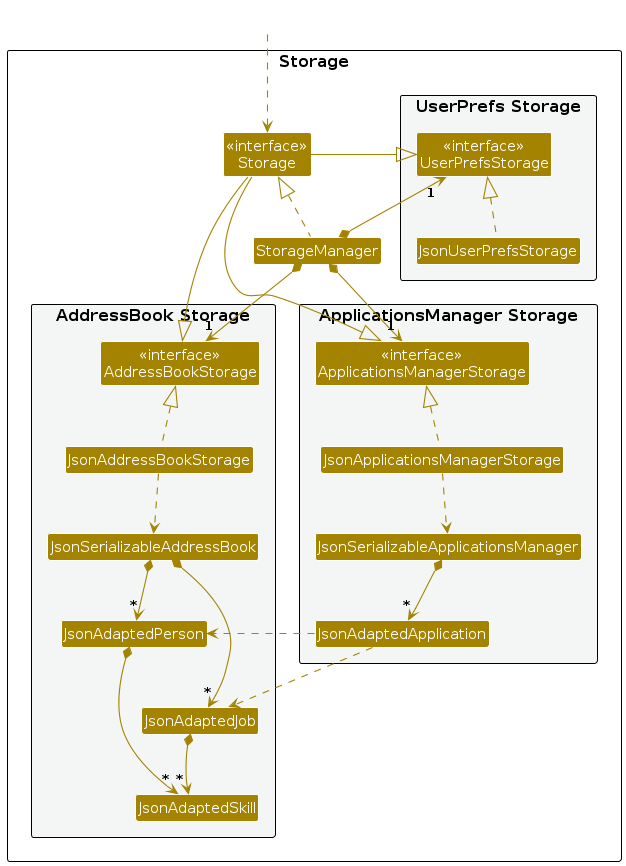
The PlantUML diagram diagrams/StorageClassDiagram.png in Mingyuan03/tp, before a commit. Its source is kept beside it as diagrams/StorageClassDiagram.puml.
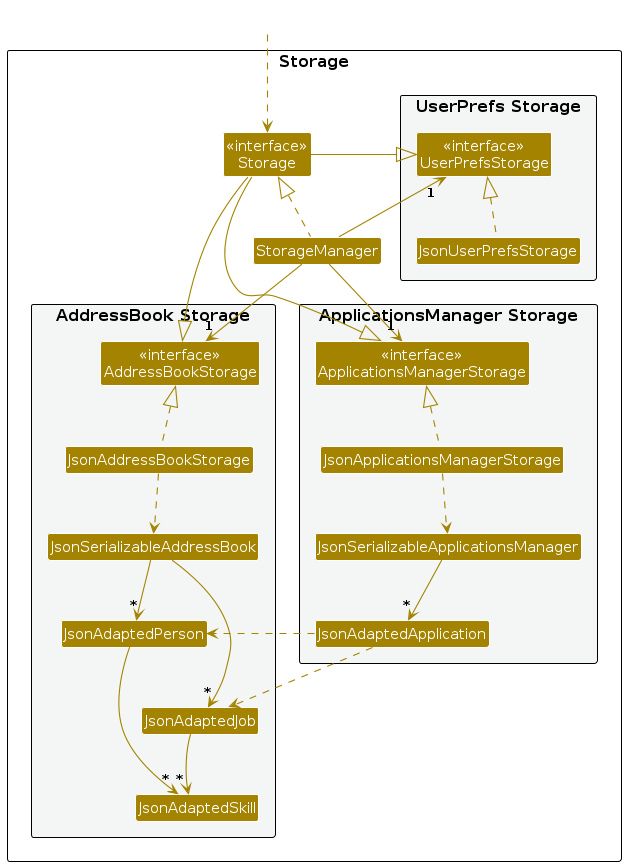
After the change.

Diff of the diagram source:
```diff
@@ -44,18 +44,18 @@
 JsonAddressBookStorage .up.|> AddressBookStorage
 JsonApplicationsManagerStorage .up.|> ApplicationsManagerStorage
 
-StorageManager *--> "1" UserPrefsStorage
-StorageManager *--> "1" AddressBookStorage
-StorageManager *--> "1" ApplicationsManagerStorage
+StorageManager --> "1" UserPrefsStorage
+StorageManager --> "1" AddressBookStorage
+StorageManager --> "1" ApplicationsManagerStorage
 
 JsonAddressBookStorage ..> JsonSerializableAddressBook
-JsonSerializableAddressBook *--> "*" JsonAdaptedPerson
-JsonSerializableAddressBook *--> "*" JsonAdaptedJob
-JsonAdaptedPerson *--> "*" JsonAdaptedSkill
-JsonAdaptedJob *--> "*" JsonAdaptedSkill
+JsonSerializableAddressBook --> "*" JsonAdaptedPerson
+JsonSerializableAddressBook --> "*" JsonAdaptedJob
+JsonAdaptedPerson --> "*" JsonAdaptedSkill
+JsonAdaptedJob --> "*" JsonAdaptedSkill
 
 JsonApplicationsManagerStorage ..> JsonSerializableApplicationsManager
-JsonSerializableApplicationsManager *--> "*" JsonAdaptedApplication
+JsonSerializableApplicationsManager --> "*" JsonAdaptedApplication
 JsonAdaptedApplication ..> JsonAdaptedPerson
 JsonAdaptedApplication ..> JsonAdaptedJob
 
```
